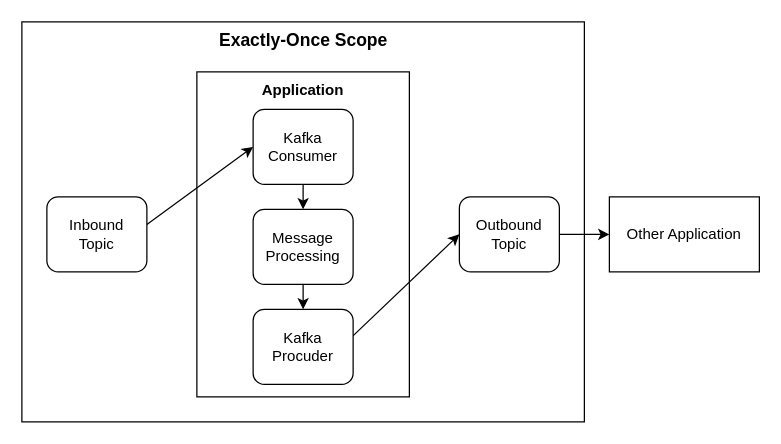
The draw.io diagram drawio/kafka/kafka-transaction-exactly-once-1.drawio in windowforsun/blog, before the edit. Source tidied: cells renumbered, new cells numbered last; positions are measured from the earlier drawing's top-left corner, leaving out a move shared by most shapes. Both pictures are drawn from the tidied source at 125%, with x=0, y=0 at pixel (21, 21).
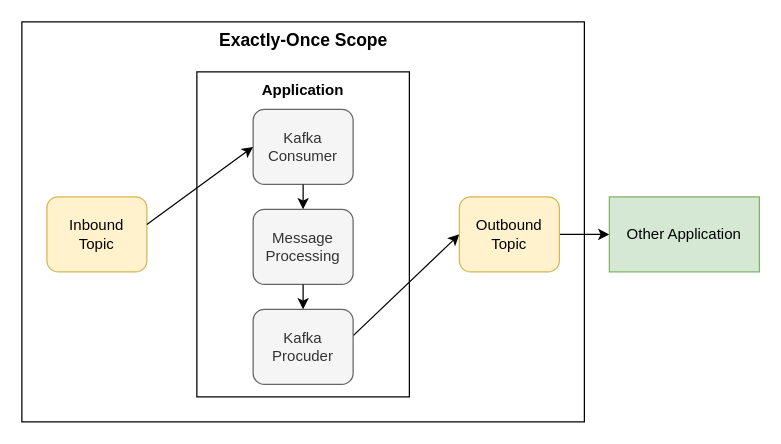
The same diagram, later.

Change to the diagram source:
```diff
@@
 <mxGraphModel>
   <root>
     <mxCell id="0" />
     <mxCell id="1" parent="0" />
     <mxCell id="2" style="rounded=0;whiteSpace=wrap;html=1;fillColor=none;" parent="1" vertex="1">
       <mxGeometry width="450" height="320" as="geometry" />
     </mxCell>
-    <mxCell id="3" value="Inbound &lt;br&gt;Topic" style="rounded=1;whiteSpace=wrap;html=1;" parent="1" vertex="1">
+    <mxCell id="3" value="Inbound &lt;br&gt;Topic" style="rounded=1;whiteSpace=wrap;html=1;fillColor=#fff2cc;strokeColor=#d6b656;" parent="1" vertex="1">
       <mxGeometry x="20" y="140" width="80" height="60" as="geometry" />
     </mxCell>
     <mxCell id="4" style="rounded=0;whiteSpace=wrap;html=1;" parent="1" vertex="1">
       <mxGeometry x="140" y="40" width="170" height="260" as="geometry" />
     </mxCell>
-    <mxCell id="5" value="Kafka Consumer" style="rounded=1;whiteSpace=wrap;html=1;" parent="1" vertex="1">
+    <mxCell id="5" value="Kafka Consumer" style="rounded=1;whiteSpace=wrap;html=1;fillColor=#f5f5f5;fontColor=#333333;strokeColor=#666666;" parent="1" vertex="1">
       <mxGeometry x="185" y="70" width="80" height="60" as="geometry" />
     </mxCell>
-    <mxCell id="6" value="Message Processing" style="rounded=1;whiteSpace=wrap;html=1;" parent="1" vertex="1">
+    <mxCell id="6" value="Message Processing" style="rounded=1;whiteSpace=wrap;html=1;fillColor=#f5f5f5;fontColor=#333333;strokeColor=#666666;" parent="1" vertex="1">
       <mxGeometry x="185" y="150" width="80" height="60" as="geometry" />
     </mxCell>
     <mxCell id="7" style="rounded=0;jettySize=auto;html=1;entryX=0;entryY=0.5;entryDx=0;entryDy=0;exitX=0.988;exitY=0.367;exitDx=0;exitDy=0;exitPerimeter=0;" parent="1" edge="1" source="8" target="13">
       <mxGeometry relative="1" as="geometry" />
     </mxCell>
-    <mxCell id="8" value="Kafka Procuder" style="rounded=1;whiteSpace=wrap;html=1;" parent="1" vertex="1">
+    <mxCell id="8" value="Kafka Procuder" style="rounded=1;whiteSpace=wrap;html=1;fillColor=#f5f5f5;fontColor=#333333;strokeColor=#666666;" parent="1" vertex="1">
       <mxGeometry x="185" y="230" width="80" height="60" as="geometry" />
     </mxCell>
     <mxCell id="9" value="&lt;b&gt;Application&lt;/b&gt;" style="text;html=1;align=center;verticalAlign=middle;whiteSpace=wrap;rounded=0;" parent="1" vertex="1">
       <mxGeometry x="195" y="40" width="60" height="30" as="geometry" />
     </mxCell>
     <mxCell id="10" style="endArrow=classic;html=1;rounded=0;exitX=0.5;exitY=1;exitDx=0;exitDy=0;entryX=0.5;entryY=0;entryDx=0;entryDy=0;" parent="1" edge="1" source="5" target="6">
       <mxGeometry relative="1" as="geometry" />
     </mxCell>
     <mxCell id="11" style="endArrow=classic;html=1;rounded=0;entryX=0.5;entryY=0;entryDx=0;entryDy=0;exitX=0.5;exitY=1;exitDx=0;exitDy=0;" parent="1" edge="1" source="6" target="8">
       <mxGeometry relative="1" as="geometry" />
     </mxCell>
     <mxCell id="12" style="edgeStyle=orthogonalEdgeStyle;rounded=0;jettySize=auto;html=1;entryX=0;entryY=0.5;entryDx=0;entryDy=0;" parent="1" edge="1" source="13" target="14">
       <mxGeometry relative="1" as="geometry" />
     </mxCell>
-    <mxCell id="13" value="Outbound Topic" style="rounded=1;whiteSpace=wrap;html=1;" parent="1" vertex="1">
+    <mxCell id="13" value="Outbound Topic" style="rounded=1;whiteSpace=wrap;html=1;fillColor=#fff2cc;strokeColor=#d6b656;" parent="1" vertex="1">
       <mxGeometry x="350" y="140" width="80" height="60" as="geometry" />
     </mxCell>
-    <mxCell id="14" value="Other Application" style="rounded=0;whiteSpace=wrap;html=1;" parent="1" vertex="1">
+    <mxCell id="14" value="Other Application" style="rounded=0;whiteSpace=wrap;html=1;fillColor=#d5e8d4;strokeColor=#82b366;" parent="1" vertex="1">
       <mxGeometry x="470" y="140" width="120" height="60" as="geometry" />
     </mxCell>
     <mxCell id="15" style="rounded=0;jettySize=auto;html=1;entryX=0;entryY=0.5;entryDx=0;entryDy=0;exitX=1;exitY=0.367;exitDx=0;exitDy=0;exitPerimeter=0;" parent="1" edge="1" source="3" target="5">
       <mxGeometry relative="1" as="geometry" />
     </mxCell>
     <mxCell id="16" value="&lt;b&gt;&lt;font style=&quot;font-size: 14px;&quot;&gt;Exactly-Once Scope&lt;/font&gt;&lt;/b&gt;" style="text;html=1;align=center;verticalAlign=middle;whiteSpace=wrap;rounded=0;" parent="1" vertex="1">
       <mxGeometry x="152.5" width="145" height="30" as="geometry" />
     </mxCell>
   </root>
 </mxGraphModel>
```
